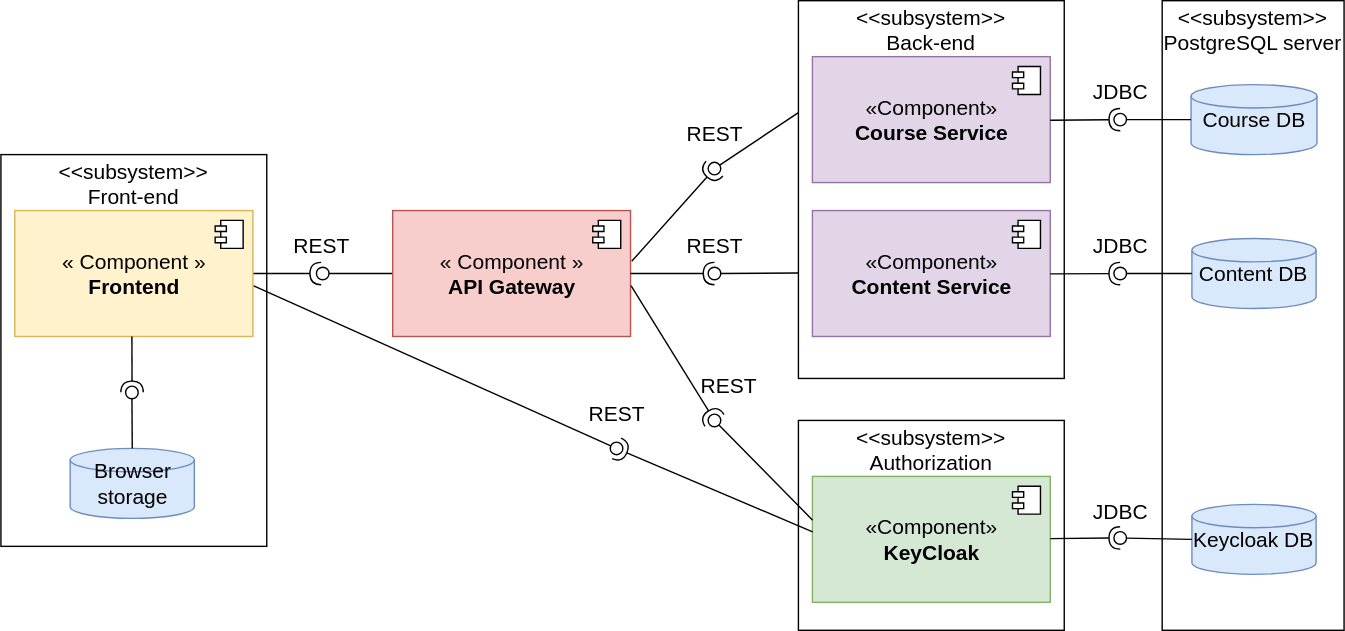
Above: docs/design/components-diagram/component-diagram.dio.svg in dmr4eg/la-infrastructure (draw.io), before the change. Source tidied: cells renumbered, new cells last; positions are measured from the earlier drawing's top-left corner, leaving out a move shared by most shapes.
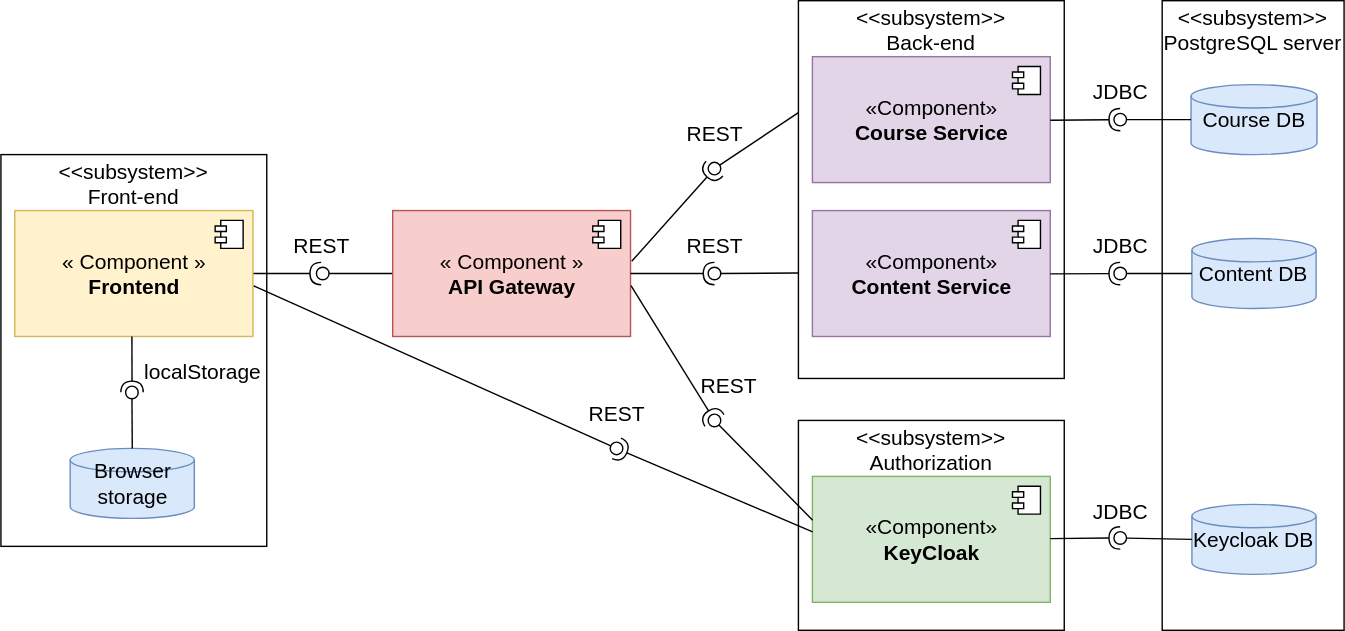
Later version of the same file.

What changed in the source:
```diff
@@ -186,5 +186,8 @@
     <mxCell id="45" value="REST" style="text;html=1;align=center;verticalAlign=middle;strokeColor=none;fillColor=none;imageHeight=24;imageWidth=20;fontSize=15;" parent="1" vertex="1">
       <mxGeometry x="410" y="280" width="60" height="30" as="geometry" />
     </mxCell>
+    <mxCell id="46" value="localStorage" style="text;html=1;align=center;verticalAlign=middle;strokeColor=none;fillColor=none;imageHeight=24;imageWidth=20;fontSize=15;" parent="1" vertex="1">
+      <mxGeometry x="88.9" y="250" width="110" height="30" as="geometry" />
+    </mxCell>
   </root>
 </mxGraphModel>
```
